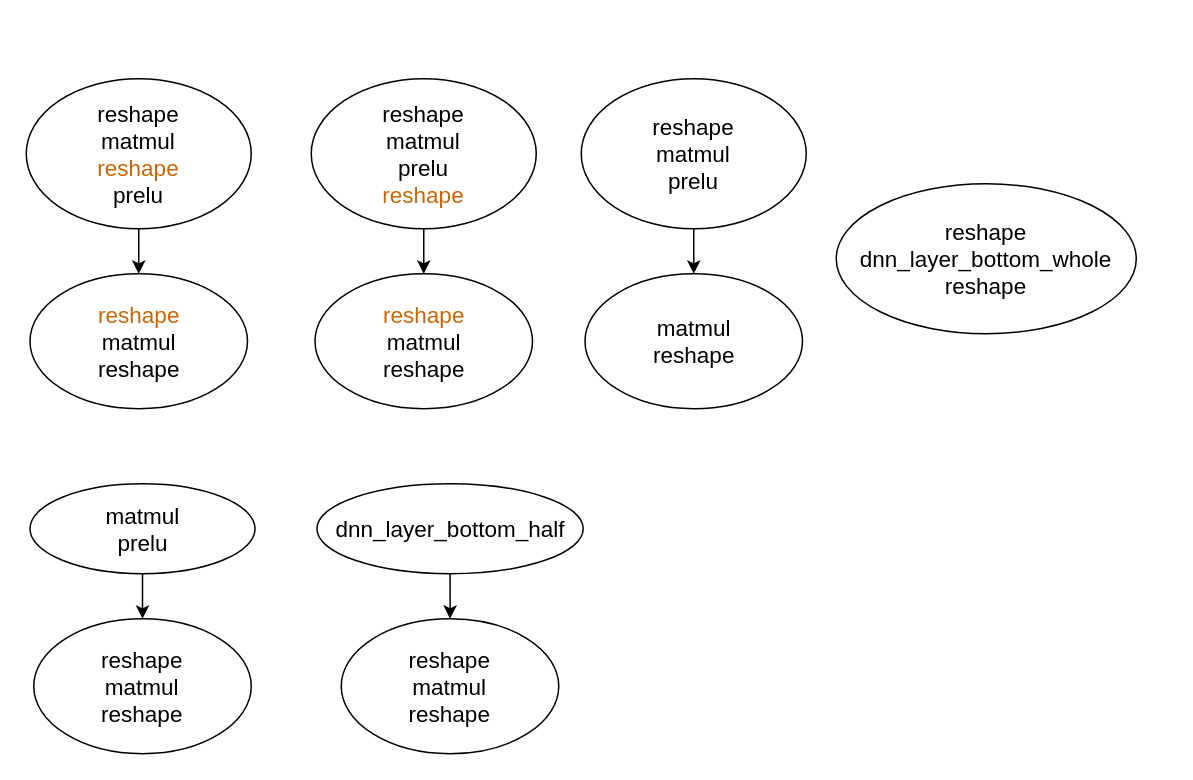
Above: delay.drawio in ABigDoge/MyDiagrams (draw.io), before the change. Source tidied: cells renumbered, new cells numbered last; positions are measured from the earlier drawing's top-left corner, leaving out a move shared by most shapes. Both pictures are drawn from the tidied source at 150%, with x=0, y=0 at pixel (26, 78).
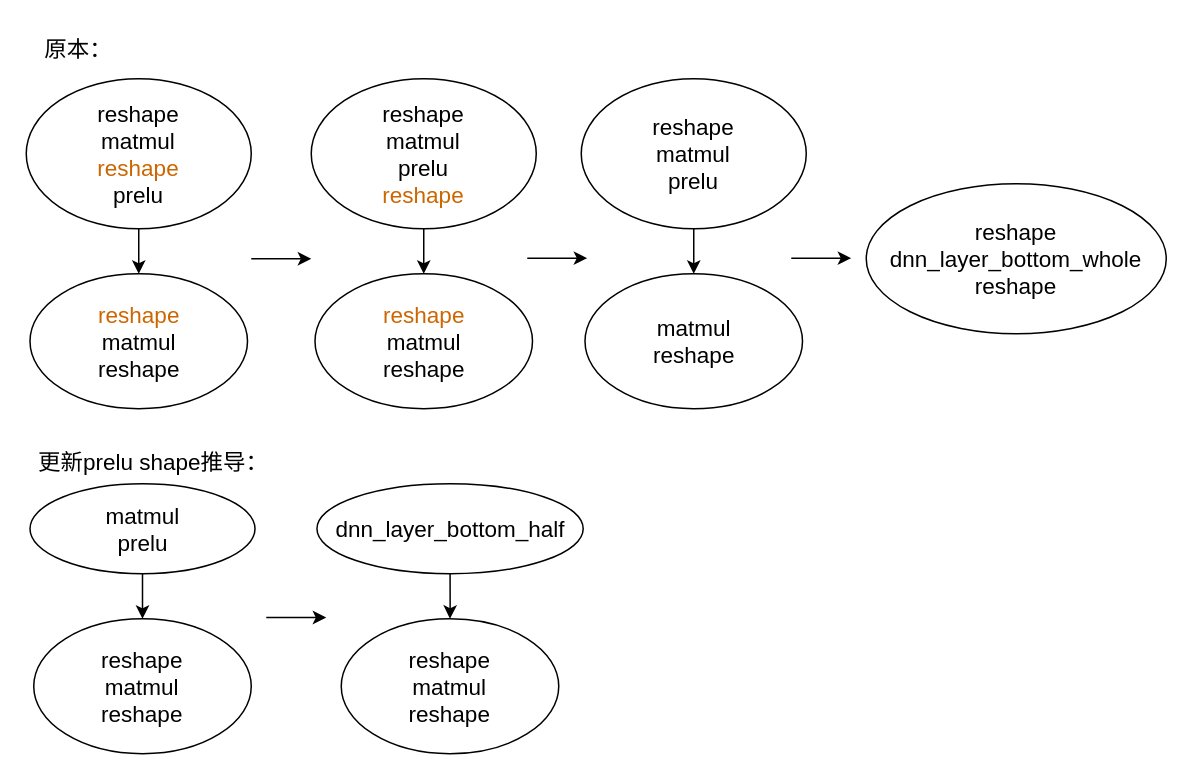
After the change.

The edit, as a diff of the source:
```diff
@@
     <mxCell id="11" value="&lt;font style=&quot;font-size: 15px;&quot;&gt;reshape&lt;/font&gt;&lt;div&gt;&lt;font style=&quot;font-size: 15px;&quot;&gt;dnn_layer_bottom_whole&lt;/font&gt;&lt;/div&gt;&lt;div&gt;&lt;font style=&quot;font-size: 15px;&quot;&gt;reshape&lt;/font&gt;&lt;/div&gt;" style="ellipse;whiteSpace=wrap;html=1;" parent="1" vertex="1">
-      <mxGeometry x="540" y="70" width="200" height="100" as="geometry" />
+      <mxGeometry x="560" y="70" width="200" height="100" as="geometry" />
     </mxCell>
@@
+    <mxCell id="18" style="endArrow=classic;html=1;rounded=0;" parent="1" edge="1">
+      <mxGeometry relative="1" as="geometry">
+        <mxPoint x="150" y="120" as="sourcePoint" />
+        <mxPoint x="190" y="120" as="targetPoint" />
+      </mxGeometry>
+    </mxCell>
+    <mxCell id="19" style="endArrow=classic;html=1;rounded=0;" parent="1" edge="1">
+      <mxGeometry relative="1" as="geometry">
+        <mxPoint x="334" y="119.6" as="sourcePoint" />
+        <mxPoint x="374" y="119.6" as="targetPoint" />
+      </mxGeometry>
+    </mxCell>
+    <mxCell id="20" style="endArrow=classic;html=1;rounded=0;" parent="1" edge="1">
+      <mxGeometry relative="1" as="geometry">
+        <mxPoint x="510" y="119.6" as="sourcePoint" />
+        <mxPoint x="550" y="119.6" as="targetPoint" />
+      </mxGeometry>
+    </mxCell>
+    <mxCell id="21" style="endArrow=classic;html=1;rounded=0;" parent="1" edge="1">
+      <mxGeometry relative="1" as="geometry">
+        <mxPoint x="160" y="359.2" as="sourcePoint" />
+        <mxPoint x="200" y="359.2" as="targetPoint" />
+      </mxGeometry>
+    </mxCell>
+    <mxCell id="22" value="&lt;font style=&quot;font-size: 15px;&quot;&gt;原本：&lt;/font&gt;" style="text;html=1;align=center;verticalAlign=middle;whiteSpace=wrap;rounded=0;" parent="1" vertex="1">
+      <mxGeometry x="5" y="-35" width="60" height="30" as="geometry" />
+    </mxCell>
+    <mxCell id="23" value="&lt;font style=&quot;font-size: 15px;&quot;&gt;更新prelu shape推导：&lt;/font&gt;" style="text;html=1;align=center;verticalAlign=middle;whiteSpace=wrap;rounded=0;" parent="1" vertex="1">
+      <mxGeometry y="240" width="170" height="30" as="geometry" />
+    </mxCell>
```
